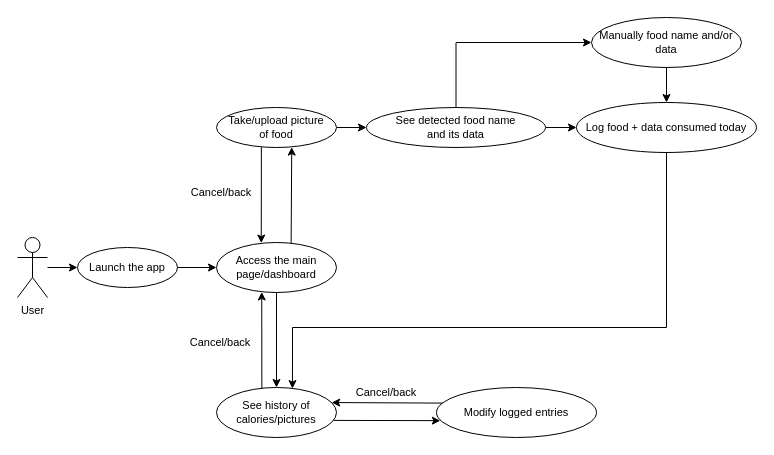
Earlier version of the draw.io diagram Use Case Diagrams/v1.0/CV Calories v1.0.drawio (jonechong/calories-cv). Source tidied: cells renumbered, new cells numbered last; positions are measured from the earlier drawing's top-left corner, leaving out a move shared by most shapes. Both pictures are drawn from the tidied source at 100%, with x=0, y=0 at pixel (17, 17).
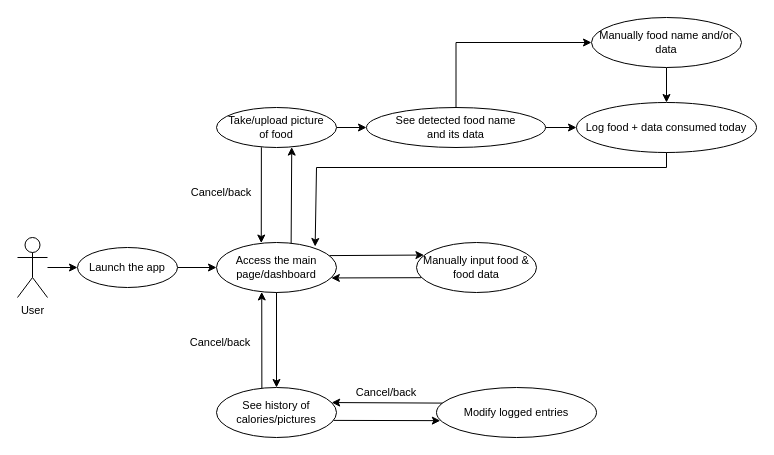
The same page after the edit.

The change refers to these unchanged cells:
```xml
<mxCell id="8" value="See history of calories/pictures" style="ellipse;whiteSpace=wrap;html=1;fontSize=11;" parent="1" vertex="1">
  <mxGeometry x="199" y="370" width="120" height="50" as="geometry" />
</mxCell>
<mxCell id="14" value="Log food + data consumed today" style="ellipse;whiteSpace=wrap;html=1;fontSize=11;" parent="1" vertex="1">
  <mxGeometry x="559" y="85" width="180" height="50" as="geometry" />
</mxCell>
<mxCell id="16" value="Access the main page/dashboard" style="ellipse;whiteSpace=wrap;html=1;fontSize=11;" parent="1" vertex="1">
  <mxGeometry x="199" y="225" width="120" height="50" as="geometry" />
</mxCell>
```

The edit, as a diff of the source:
```diff
@@
-    <mxCell id="26" style="endArrow=classic;html=1;rounded=0;exitX=0.5;exitY=1;exitDx=0;exitDy=0;entryX=0.633;entryY=0.021;entryDx=0;entryDy=0;entryPerimeter=0;fontSize=11;" parent="1" edge="1" source="14" target="8">
-      <mxGeometry relative="1" as="geometry">
-        <Array as="points">
-          <mxPoint x="649" y="310" />
-          <mxPoint x="275" y="310" />
-        </Array>
-      </mxGeometry>
-    </mxCell>
+    <mxCell id="27" value="Manually input food &amp;amp; food data" style="ellipse;whiteSpace=wrap;html=1;fontSize=11;" parent="1" vertex="1">
+      <mxGeometry x="399" y="225" width="120" height="50" as="geometry" />
+    </mxCell>
+    <mxCell id="28" style="endArrow=classic;html=1;rounded=0;exitX=0.5;exitY=1;exitDx=0;exitDy=0;entryX=0.822;entryY=0.08;entryDx=0;entryDy=0;entryPerimeter=0;" parent="1" edge="1" source="14" target="16">
+      <mxGeometry relative="1" as="geometry">
+        <Array as="points">
+          <mxPoint x="649" y="150" />
+          <mxPoint x="299" y="150" />
+        </Array>
+      </mxGeometry>
+    </mxCell>
+    <mxCell id="29" style="endArrow=classic;html=1;rounded=0;exitX=0.942;exitY=0.262;exitDx=0;exitDy=0;exitPerimeter=0;entryX=0.062;entryY=0.251;entryDx=0;entryDy=0;entryPerimeter=0;" parent="1" edge="1" source="16" target="27">
+      <mxGeometry relative="1" as="geometry" />
+    </mxCell>
+    <mxCell id="30" style="endArrow=classic;html=1;rounded=0;exitX=0.039;exitY=0.704;exitDx=0;exitDy=0;exitPerimeter=0;entryX=0.957;entryY=0.709;entryDx=0;entryDy=0;entryPerimeter=0;" parent="1" edge="1" source="27" target="16">
+      <mxGeometry relative="1" as="geometry" />
+    </mxCell>
```
